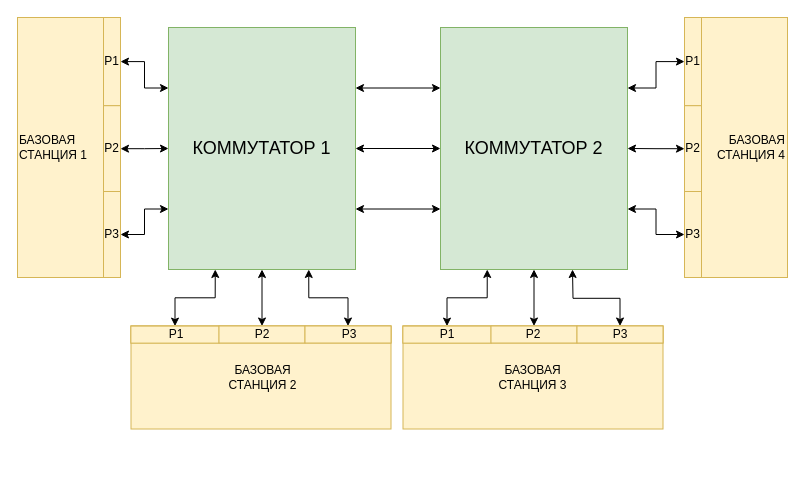
Above: page "Сеть" (4 of 7) of logic.drawio in sadsackk/STP-ISS-analyzer (draw.io), before the change. Source tidied: cells renumbered, new cells numbered last; positions are measured from the earlier drawing's top-left corner, leaving out a move shared by most shapes. Both pictures are drawn from the tidied source at 100%, with x=0, y=0 at pixel (17, 17).
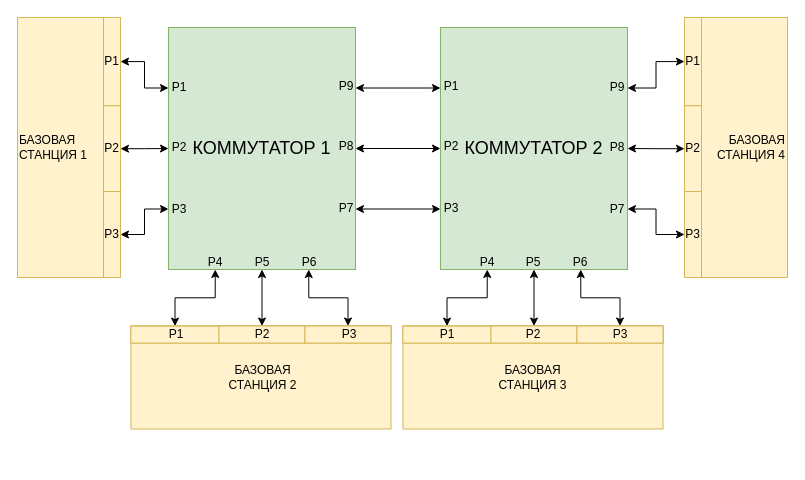
The same diagram, later.

The change refers to these unchanged cells:
```xml
<mxCell id="23" style="rounded=0;whiteSpace=wrap;html=1;fillColor=#fff2cc;strokeColor=#d6b656;rotation=-90;" parent="18" vertex="1">
  <mxGeometry x="130" y="44" width="17" height="86" as="geometry" />
</mxCell>
<mxCell id="50" value="КОММУТАТОР 2" style="rounded=0;whiteSpace=wrap;html=1;fontSize=18;strokeColor=#82b366;fillColor=#d5e8d4;" parent="1" vertex="1">
  <mxGeometry x="423" y="10" width="187" height="242" as="geometry" />
</mxCell>
```

Change to the diagram source:
```diff
@@
-    <mxCell id="48" style="edgeStyle=orthogonalEdgeStyle;rounded=0;jettySize=auto;html=1;exitX=1;exitY=0.5;exitDx=0;exitDy=0;startArrow=classic;startFill=1;strokeColor=#000000;strokeWidth=1;elbow=vertical;" parent="1" edge="1" source="23">
-      <mxGeometry relative="1" as="geometry">
-        <mxPoint x="555" y="252" as="targetPoint" />
-      </mxGeometry>
+    <mxCell id="48" style="edgeStyle=orthogonalEdgeStyle;rounded=0;jettySize=auto;html=1;exitX=1;exitY=0.5;exitDx=0;exitDy=0;startArrow=classic;startFill=1;strokeColor=#000000;strokeWidth=1;elbow=vertical;entryX=0.75;entryY=1;entryDx=0;entryDy=0;" parent="1" edge="1" source="23" target="50">
+      <mxGeometry relative="1" as="geometry" />
     </mxCell>
@@
+    <mxCell id="51" value="P5" style="text;html=1;strokeColor=none;fillColor=none;align=center;verticalAlign=middle;whiteSpace=wrap;rounded=0;dashed=1;" parent="1" vertex="1">
+      <mxGeometry x="214.5" y="230" width="60" height="30" as="geometry" />
+    </mxCell>
+    <mxCell id="52" value="P6" style="text;html=1;strokeColor=none;fillColor=none;align=center;verticalAlign=middle;whiteSpace=wrap;rounded=0;dashed=1;" parent="1" vertex="1">
+      <mxGeometry x="262" y="230" width="60" height="30" as="geometry" />
+    </mxCell>
+    <mxCell id="53" value="P4" style="text;html=1;strokeColor=none;fillColor=none;align=center;verticalAlign=middle;whiteSpace=wrap;rounded=0;dashed=1;" parent="1" vertex="1">
+      <mxGeometry x="168" y="230" width="60" height="30" as="geometry" />
+    </mxCell>
+    <mxCell id="54" value="P5" style="text;html=1;strokeColor=none;fillColor=none;align=center;verticalAlign=middle;whiteSpace=wrap;rounded=0;dashed=1;" parent="1" vertex="1">
+      <mxGeometry x="486" y="230" width="60" height="30" as="geometry" />
+    </mxCell>
+    <mxCell id="55" value="P6" style="text;html=1;strokeColor=none;fillColor=none;align=center;verticalAlign=middle;whiteSpace=wrap;rounded=0;dashed=1;" parent="1" vertex="1">
+      <mxGeometry x="533" y="230" width="60" height="30" as="geometry" />
+    </mxCell>
+    <mxCell id="56" value="P4" style="text;html=1;strokeColor=none;fillColor=none;align=center;verticalAlign=middle;whiteSpace=wrap;rounded=0;dashed=1;" parent="1" vertex="1">
+      <mxGeometry x="439.5" y="230" width="60" height="30" as="geometry" />
+    </mxCell>
+    <mxCell id="57" value="P1" style="text;html=1;strokeColor=none;fillColor=none;align=center;verticalAlign=middle;whiteSpace=wrap;rounded=0;dashed=1;" parent="1" vertex="1">
+      <mxGeometry x="132" y="55" width="60" height="30" as="geometry" />
+    </mxCell>
+    <mxCell id="58" value="P2" style="text;html=1;strokeColor=none;fillColor=none;align=center;verticalAlign=middle;whiteSpace=wrap;rounded=0;dashed=1;" parent="1" vertex="1">
+      <mxGeometry x="132" y="115" width="60" height="30" as="geometry" />
+    </mxCell>
+    <mxCell id="59" value="P3" style="text;html=1;strokeColor=none;fillColor=none;align=center;verticalAlign=middle;whiteSpace=wrap;rounded=0;dashed=1;" parent="1" vertex="1">
+      <mxGeometry x="132" y="177" width="60" height="30" as="geometry" />
+    </mxCell>
+    <mxCell id="60" value="P1" style="text;html=1;strokeColor=none;fillColor=none;align=center;verticalAlign=middle;whiteSpace=wrap;rounded=0;dashed=1;" parent="1" vertex="1">
+      <mxGeometry x="404" y="54" width="60" height="30" as="geometry" />
+    </mxCell>
+    <mxCell id="61" value="P2" style="text;html=1;strokeColor=none;fillColor=none;align=center;verticalAlign=middle;whiteSpace=wrap;rounded=0;dashed=1;" parent="1" vertex="1">
+      <mxGeometry x="404" y="114" width="60" height="30" as="geometry" />
+    </mxCell>
+    <mxCell id="62" value="P3" style="text;html=1;strokeColor=none;fillColor=none;align=center;verticalAlign=middle;whiteSpace=wrap;rounded=0;dashed=1;" parent="1" vertex="1">
+      <mxGeometry x="404" y="176" width="60" height="30" as="geometry" />
+    </mxCell>
+    <mxCell id="63" value="P9" style="text;html=1;strokeColor=none;fillColor=none;align=center;verticalAlign=middle;whiteSpace=wrap;rounded=0;dashed=1;" parent="1" vertex="1">
+      <mxGeometry x="299" y="54" width="60" height="30" as="geometry" />
+    </mxCell>
+    <mxCell id="64" value="P8" style="text;html=1;strokeColor=none;fillColor=none;align=center;verticalAlign=middle;whiteSpace=wrap;rounded=0;dashed=1;" parent="1" vertex="1">
+      <mxGeometry x="299" y="114" width="60" height="30" as="geometry" />
+    </mxCell>
+    <mxCell id="65" value="P7" style="text;html=1;strokeColor=none;fillColor=none;align=center;verticalAlign=middle;whiteSpace=wrap;rounded=0;dashed=1;" parent="1" vertex="1">
+      <mxGeometry x="299" y="176" width="60" height="30" as="geometry" />
+    </mxCell>
+    <mxCell id="66" value="P9" style="text;html=1;strokeColor=none;fillColor=none;align=center;verticalAlign=middle;whiteSpace=wrap;rounded=0;dashed=1;" parent="1" vertex="1">
+      <mxGeometry x="570" y="55" width="60" height="30" as="geometry" />
+    </mxCell>
+    <mxCell id="67" value="P8" style="text;html=1;strokeColor=none;fillColor=none;align=center;verticalAlign=middle;whiteSpace=wrap;rounded=0;dashed=1;" parent="1" vertex="1">
+      <mxGeometry x="570" y="115" width="60" height="30" as="geometry" />
+    </mxCell>
+    <mxCell id="68" value="P7" style="text;html=1;strokeColor=none;fillColor=none;align=center;verticalAlign=middle;whiteSpace=wrap;rounded=0;dashed=1;" parent="1" vertex="1">
+      <mxGeometry x="570" y="177" width="60" height="30" as="geometry" />
+    </mxCell>
```
